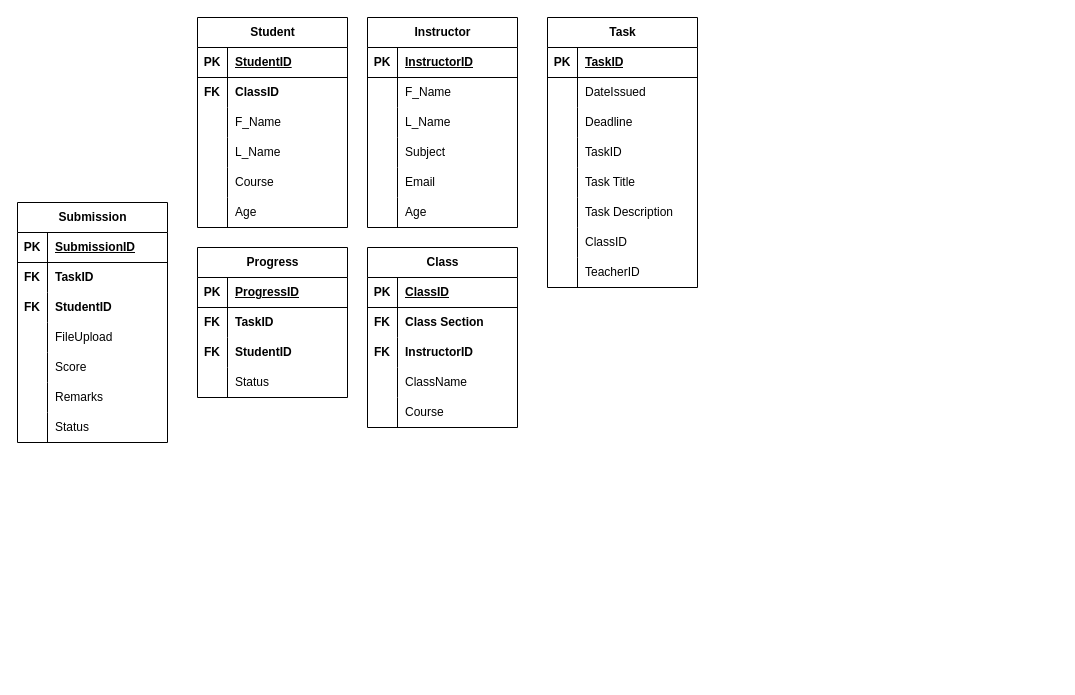
Above: finals_erd.drawio in RexKvntt/2nd-Year-Projects (draw.io), before the change. Source tidied: cells renumbered, new cells numbered last; positions are measured from the earlier drawing's top-left corner, leaving out a move shared by most shapes. Both pictures are drawn from the tidied source at 100%, with x=0, y=0 at pixel (17, 17).
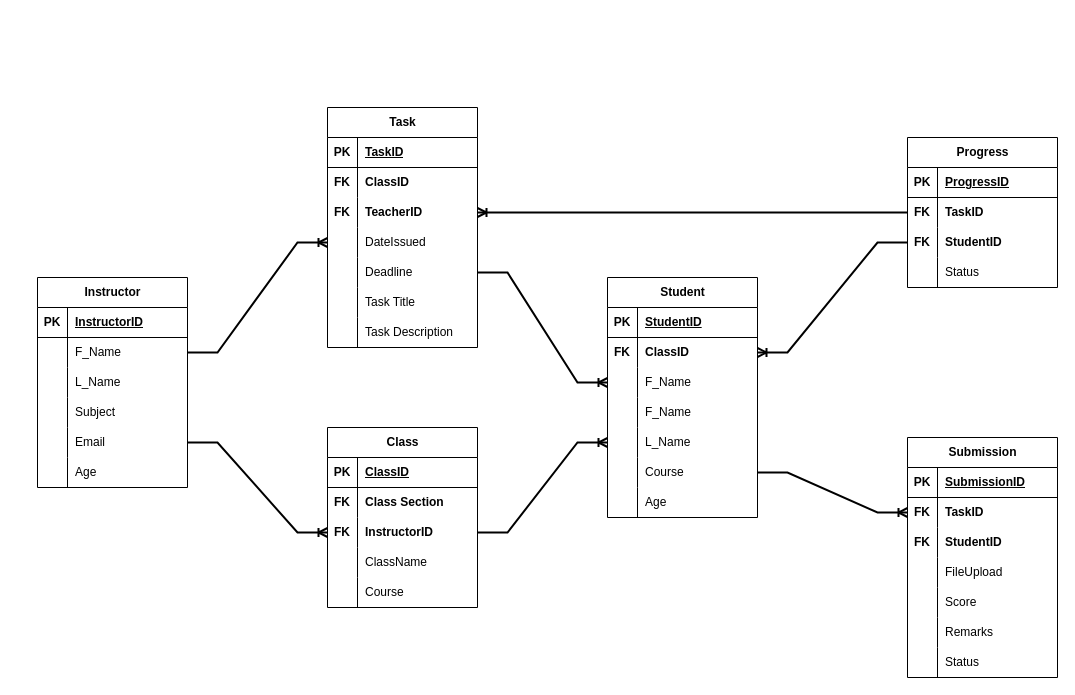
After the change.

The change refers to these unchanged cells:
```xml
<mxCell id="31" style="shape=tableRow;horizontal=0;startSize=0;swimlaneHead=0;swimlaneBody=0;fillColor=none;points=[[0,0.5],[1,0.5]];portConstraint=eastwest;top=0;left=0;right=0;bottom=0;" parent="27" vertex="1">
  <mxGeometry y="60" width="150" height="30" as="geometry" />
</mxCell>
<mxCell id="50" style="shape=tableRow;horizontal=0;startSize=0;swimlaneHead=0;swimlaneBody=0;fillColor=none;points=[[0,0.5],[1,0.5]];portConstraint=eastwest;top=0;left=0;right=0;bottom=0;labelBorderColor=none;labelBackgroundColor=none;" parent="46" vertex="1">
  <mxGeometry y="60" width="150" height="30" as="geometry" />
</mxCell>
<mxCell id="72" style="shape=tableRow;horizontal=0;startSize=0;swimlaneHead=0;swimlaneBody=0;fillColor=none;points=[[0,0.5],[1,0.5]];portConstraint=eastwest;top=0;left=0;right=0;bottom=0;" parent="68" vertex="1">
  <mxGeometry y="60" width="150" height="30" as="geometry" />
</mxCell>
<mxCell id="81" style="shape=tableRow;horizontal=0;startSize=0;swimlaneHead=0;swimlaneBody=0;fillColor=none;points=[[0,0.5],[1,0.5]];portConstraint=eastwest;top=0;left=0;right=0;bottom=0;" parent="68" vertex="1">
  <mxGeometry y="150" width="150" height="30" as="geometry" />
</mxCell>
<mxCell id="91" style="shape=tableRow;horizontal=0;startSize=0;swimlaneHead=0;swimlaneBody=0;fillColor=none;points=[[0,0.5],[1,0.5]];portConstraint=eastwest;top=0;left=0;right=0;bottom=0;" parent="87" vertex="1">
  <mxGeometry y="60" width="150" height="30" as="geometry" />
</mxCell>
<mxCell id="94" style="shape=tableRow;horizontal=0;startSize=0;swimlaneHead=0;swimlaneBody=0;fillColor=none;points=[[0,0.5],[1,0.5]];portConstraint=eastwest;top=0;left=0;right=0;bottom=0;" parent="87" vertex="1">
  <mxGeometry y="90" width="150" height="30" as="geometry" />
</mxCell>
<mxCell id="107" style="shape=tableRow;horizontal=0;startSize=0;swimlaneHead=0;swimlaneBody=0;fillColor=none;points=[[0,0.5],[1,0.5]];portConstraint=eastwest;top=0;left=0;right=0;bottom=0;" parent="100" vertex="1">
  <mxGeometry y="90" width="150" height="30" as="geometry" />
</mxCell>
```

Diff of the diagram source:
```diff
@@
     <mxCell id="2" value="Task" style="shape=table;startSize=30;childLayout=tableLayout;rowLines=0;fontStyle=1;align=center;html=1;" parent="1" vertex="1">
-      <mxGeometry x="530" width="150" height="270" as="geometry" />
+      <mxGeometry x="310" y="90" width="150" height="240" as="geometry" />
     </mxCell>
@@
+    <mxCell id="21" style="shape=tableRow;horizontal=0;startSize=0;swimlaneHead=0;swimlaneBody=0;fillColor=none;top=0;left=0;right=0;bottom=0;" parent="2" vertex="1">
+      <mxGeometry y="60" width="150" height="30" as="geometry" />
+    </mxCell>
+    <mxCell id="22" value="&lt;b&gt;FK&lt;/b&gt;" style="shape=partialRectangle;fillColor=none;top=0;left=0;bottom=0;right=0;overflow=hidden;whiteSpace=wrap;html=1;" parent="21" vertex="1">
+      <mxGeometry width="30" height="30" as="geometry" />
+    </mxCell>
+    <mxCell id="23" value="&lt;b&gt;ClassID&lt;/b&gt;" style="shape=partialRectangle;fillColor=none;top=0;left=0;bottom=0;right=0;align=left;spacingLeft=6;overflow=hidden;whiteSpace=wrap;html=1;" parent="21" vertex="1">
+      <mxGeometry x="30" width="120" height="30" as="geometry" />
+    </mxCell>
+    <mxCell id="24" style="shape=tableRow;horizontal=0;startSize=0;swimlaneHead=0;swimlaneBody=0;fillColor=none;points=[[0,0.5],[1,0.5]];portConstraint=eastwest;top=0;left=0;right=0;bottom=0;" parent="2" vertex="1">
+      <mxGeometry y="90" width="150" height="30" as="geometry" />
+    </mxCell>
+    <mxCell id="25" value="&lt;b&gt;FK&lt;/b&gt;" style="shape=partialRectangle;fillColor=none;top=0;left=0;bottom=0;right=0;overflow=hidden;whiteSpace=wrap;html=1;" parent="24" vertex="1">
+      <mxGeometry width="30" height="30" as="geometry" />
+    </mxCell>
+    <mxCell id="26" value="&lt;b&gt;TeacherID&lt;/b&gt;" style="shape=partialRectangle;fillColor=none;top=0;left=0;bottom=0;right=0;align=left;spacingLeft=6;overflow=hidden;whiteSpace=wrap;html=1;" parent="24" vertex="1">
+      <mxGeometry x="30" width="120" height="30" as="geometry" />
+    </mxCell>
     <mxCell id="6" style="shape=tableRow;horizontal=0;startSize=0;swimlaneHead=0;swimlaneBody=0;fillColor=none;points=[[0,0.5],[1,0.5]];portConstraint=eastwest;top=0;left=0;right=0;bottom=0;" parent="2" vertex="1">
-      <mxGeometry y="60" width="150" height="30" as="geometry" />
+      <mxGeometry y="120" width="150" height="30" as="geometry" />
     </mxCell>
@@
     <mxCell id="9" style="shape=tableRow;horizontal=0;startSize=0;swimlaneHead=0;swimlaneBody=0;fillColor=none;points=[[0,0.5],[1,0.5]];portConstraint=eastwest;top=0;left=0;right=0;bottom=0;" parent="2" vertex="1">
-      <mxGeometry y="90" width="150" height="30" as="geometry" />
+      <mxGeometry y="150" width="150" height="30" as="geometry" />
     </mxCell>
@@
-    <mxCell id="12" style="shape=tableRow;horizontal=0;startSize=0;swimlaneHead=0;swimlaneBody=0;fillColor=none;top=0;left=0;right=0;bottom=0;" parent="2" vertex="1">
-      <mxGeometry y="120" width="150" height="30" as="geometry" />
-    </mxCell>
-    <mxCell id="13" style="shape=partialRectangle;fillColor=none;top=0;left=0;bottom=0;right=0;overflow=hidden;whiteSpace=wrap;html=1;" parent="12" vertex="1">
-      <mxGeometry width="30" height="30" as="geometry" />
-    </mxCell>
-    <mxCell id="14" value="TaskID" style="shape=partialRectangle;fillColor=none;top=0;left=0;bottom=0;right=0;align=left;spacingLeft=6;overflow=hidden;whiteSpace=wrap;html=1;" parent="12" vertex="1">
-      <mxGeometry x="30" width="120" height="30" as="geometry" />
-    </mxCell>
     <mxCell id="15" style="shape=tableRow;horizontal=0;startSize=0;swimlaneHead=0;swimlaneBody=0;fillColor=none;top=0;left=0;right=0;bottom=0;" parent="2" vertex="1">
-      <mxGeometry y="150" width="150" height="30" as="geometry" />
+      <mxGeometry y="180" width="150" height="30" as="geometry" />
     </mxCell>
@@
     <mxCell id="18" style="shape=tableRow;horizontal=0;startSize=0;swimlaneHead=0;swimlaneBody=0;fillColor=none;top=0;left=0;right=0;bottom=0;" parent="2" vertex="1">
-      <mxGeometry y="180" width="150" height="30" as="geometry" />
+      <mxGeometry y="210" width="150" height="30" as="geometry" />
     </mxCell>
@@
-    <mxCell id="21" style="shape=tableRow;horizontal=0;startSize=0;swimlaneHead=0;swimlaneBody=0;fillColor=none;top=0;left=0;right=0;bottom=0;" parent="2" vertex="1">
-      <mxGeometry y="210" width="150" height="30" as="geometry" />
-    </mxCell>
-    <mxCell id="22" style="shape=partialRectangle;fillColor=none;top=0;left=0;bottom=0;right=0;overflow=hidden;whiteSpace=wrap;html=1;" parent="21" vertex="1">
-      <mxGeometry width="30" height="30" as="geometry" />
-    </mxCell>
-    <mxCell id="23" value="ClassID" style="shape=partialRectangle;fillColor=none;top=0;left=0;bottom=0;right=0;align=left;spacingLeft=6;overflow=hidden;whiteSpace=wrap;html=1;" parent="21" vertex="1">
-      <mxGeometry x="30" width="120" height="30" as="geometry" />
-    </mxCell>
-    <mxCell id="24" style="shape=tableRow;horizontal=0;startSize=0;swimlaneHead=0;swimlaneBody=0;fillColor=none;points=[[0,0.5],[1,0.5]];portConstraint=eastwest;top=0;left=0;right=0;bottom=0;" parent="2" vertex="1">
-      <mxGeometry y="240" width="150" height="30" as="geometry" />
-    </mxCell>
-    <mxCell id="25" style="shape=partialRectangle;fillColor=none;top=0;left=0;bottom=0;right=0;overflow=hidden;whiteSpace=wrap;html=1;" parent="24" vertex="1">
-      <mxGeometry width="30" height="30" as="geometry" />
-    </mxCell>
-    <mxCell id="26" value="TeacherID" style="shape=partialRectangle;fillColor=none;top=0;left=0;bottom=0;right=0;align=left;spacingLeft=6;overflow=hidden;whiteSpace=wrap;html=1;" parent="24" vertex="1">
-      <mxGeometry x="30" width="120" height="30" as="geometry" />
-    </mxCell>
     <mxCell id="27" value="Student" style="shape=table;startSize=30;childLayout=tableLayout;rowLines=0;fontStyle=1;align=center;html=1;" parent="1" vertex="1">
-      <mxGeometry x="180" width="150" height="210" as="geometry" />
+      <mxGeometry x="590" y="260" width="150" height="240" as="geometry" />
     </mxCell>
@@
+    <mxCell id="116" style="shape=tableRow;horizontal=0;startSize=0;swimlaneHead=0;swimlaneBody=0;fillColor=none;points=[[0,0.5],[1,0.5]];portConstraint=eastwest;top=0;left=0;right=0;bottom=0;" parent="27" vertex="1">
+      <mxGeometry y="90" width="150" height="30" as="geometry" />
+    </mxCell>
+    <mxCell id="13" style="shape=partialRectangle;fillColor=none;top=0;left=0;bottom=0;right=0;overflow=hidden;whiteSpace=wrap;html=1;" parent="116" vertex="1">
+      <mxGeometry width="30" height="30" as="geometry" />
+    </mxCell>
+    <mxCell id="117" value="F_Name" style="shape=partialRectangle;fillColor=none;top=0;left=0;bottom=0;right=0;align=left;spacingLeft=6;overflow=hidden;whiteSpace=wrap;html=1;" parent="116" vertex="1">
+      <mxGeometry x="30" width="120" height="30" as="geometry" />
+    </mxCell>
     <mxCell id="34" style="shape=tableRow;horizontal=0;startSize=0;swimlaneHead=0;swimlaneBody=0;fillColor=none;top=0;left=0;right=0;bottom=0;" parent="27" vertex="1">
-      <mxGeometry y="90" width="150" height="30" as="geometry" />
+      <mxGeometry y="120" width="150" height="30" as="geometry" />
     </mxCell>
@@
     <mxCell id="37" style="shape=tableRow;horizontal=0;startSize=0;swimlaneHead=0;swimlaneBody=0;fillColor=none;points=[[0,0.5],[1,0.5]];portConstraint=eastwest;top=0;left=0;right=0;bottom=0;" parent="27" vertex="1">
-      <mxGeometry y="120" width="150" height="30" as="geometry" />
+      <mxGeometry y="150" width="150" height="30" as="geometry" />
     </mxCell>
@@
     <mxCell id="40" style="shape=tableRow;horizontal=0;startSize=0;swimlaneHead=0;swimlaneBody=0;fillColor=none;points=[[0,0.5],[1,0.5]];portConstraint=eastwest;top=0;left=0;right=0;bottom=0;" parent="27" vertex="1">
-      <mxGeometry y="150" width="150" height="30" as="geometry" />
+      <mxGeometry y="180" width="150" height="30" as="geometry" />
     </mxCell>
@@
     <mxCell id="43" style="shape=tableRow;horizontal=0;startSize=0;swimlaneHead=0;swimlaneBody=0;fillColor=none;top=0;left=0;right=0;bottom=0;" parent="27" vertex="1">
-      <mxGeometry y="180" width="150" height="30" as="geometry" />
+      <mxGeometry y="210" width="150" height="30" as="geometry" />
     </mxCell>
@@
     <mxCell id="46" value="Submission" style="shape=table;startSize=30;childLayout=tableLayout;rowLines=0;fontStyle=1;align=center;html=1;" parent="1" vertex="1">
-      <mxGeometry y="185" width="150" height="240" as="geometry" />
+      <mxGeometry x="890" y="420" width="150" height="240" as="geometry" />
     </mxCell>
@@
     <mxCell id="68" value="Instructor" style="shape=table;startSize=30;childLayout=tableLayout;rowLines=0;fontStyle=1;align=center;html=1;" parent="1" vertex="1">
-      <mxGeometry x="350" width="150" height="210" as="geometry" />
+      <mxGeometry x="20" y="260" width="150" height="210" as="geometry" />
     </mxCell>
@@
     <mxCell id="87" value="Progress" style="shape=table;startSize=30;childLayout=tableLayout;rowLines=0;fontStyle=1;align=center;html=1;" parent="1" vertex="1">
-      <mxGeometry x="180" y="230" width="150" height="150" as="geometry" />
+      <mxGeometry x="890" y="120" width="150" height="150" as="geometry" />
     </mxCell>
@@
     <mxCell id="100" value="Class" style="shape=table;startSize=30;childLayout=tableLayout;rowLines=0;fontStyle=1;align=center;html=1;" parent="1" vertex="1">
-      <mxGeometry x="350" y="230" width="150" height="180" as="geometry" />
+      <mxGeometry x="310" y="410" width="150" height="180" as="geometry" />
     </mxCell>
@@
+    <mxCell id="118" style="edgeStyle=entityRelationEdgeStyle;fontSize=12;html=1;endArrow=ERoneToMany;rounded=0;exitX=1;exitY=0.5;exitDx=0;exitDy=0;entryX=0;entryY=0.5;entryDx=0;entryDy=0;strokeWidth=2;" parent="1" edge="1" source="81" target="107">
+      <mxGeometry relative="1" as="geometry" />
+    </mxCell>
+    <mxCell id="119" style="edgeStyle=entityRelationEdgeStyle;fontSize=12;html=1;endArrow=ERoneToMany;rounded=0;exitX=1;exitY=0.5;exitDx=0;exitDy=0;entryX=0;entryY=0.5;entryDx=0;entryDy=0;strokeWidth=2;" parent="1" edge="1" source="107" target="37">
+      <mxGeometry relative="1" as="geometry" />
+    </mxCell>
+    <mxCell id="120" style="edgeStyle=entityRelationEdgeStyle;fontSize=12;html=1;endArrow=ERoneToMany;rounded=0;exitX=1;exitY=0.5;exitDx=0;exitDy=0;entryX=0;entryY=0.5;entryDx=0;entryDy=0;strokeWidth=2;" parent="1" edge="1" source="40" target="50">
+      <mxGeometry relative="1" as="geometry" />
+    </mxCell>
+    <mxCell id="121" style="edgeStyle=entityRelationEdgeStyle;fontSize=12;html=1;endArrow=ERoneToMany;rounded=0;exitX=1;exitY=0.5;exitDx=0;exitDy=0;entryX=0;entryY=0.5;entryDx=0;entryDy=0;strokeWidth=2;" parent="1" edge="1" source="72" target="6">
+      <mxGeometry relative="1" as="geometry" />
+    </mxCell>
+    <mxCell id="122" style="edgeStyle=entityRelationEdgeStyle;fontSize=12;html=1;endArrow=ERoneToMany;rounded=0;exitX=1;exitY=0.5;exitDx=0;exitDy=0;entryX=0;entryY=0.5;entryDx=0;entryDy=0;strokeWidth=2;" parent="1" edge="1" source="9" target="116">
+      <mxGeometry relative="1" as="geometry" />
+    </mxCell>
+    <mxCell id="123" style="edgeStyle=entityRelationEdgeStyle;fontSize=12;html=1;endArrow=ERoneToMany;rounded=0;exitX=0;exitY=0.5;exitDx=0;exitDy=0;entryX=1;entryY=0.5;entryDx=0;entryDy=0;strokeWidth=2;" parent="1" edge="1" source="94" target="31">
+      <mxGeometry relative="1" as="geometry" />
+    </mxCell>
+    <mxCell id="124" style="edgeStyle=entityRelationEdgeStyle;fontSize=12;html=1;endArrow=ERoneToMany;rounded=0;exitX=0;exitY=0.5;exitDx=0;exitDy=0;entryX=1;entryY=0.5;entryDx=0;entryDy=0;strokeWidth=2;" parent="1" edge="1" source="91" target="24">
+      <mxGeometry relative="1" as="geometry" />
+    </mxCell>
```
